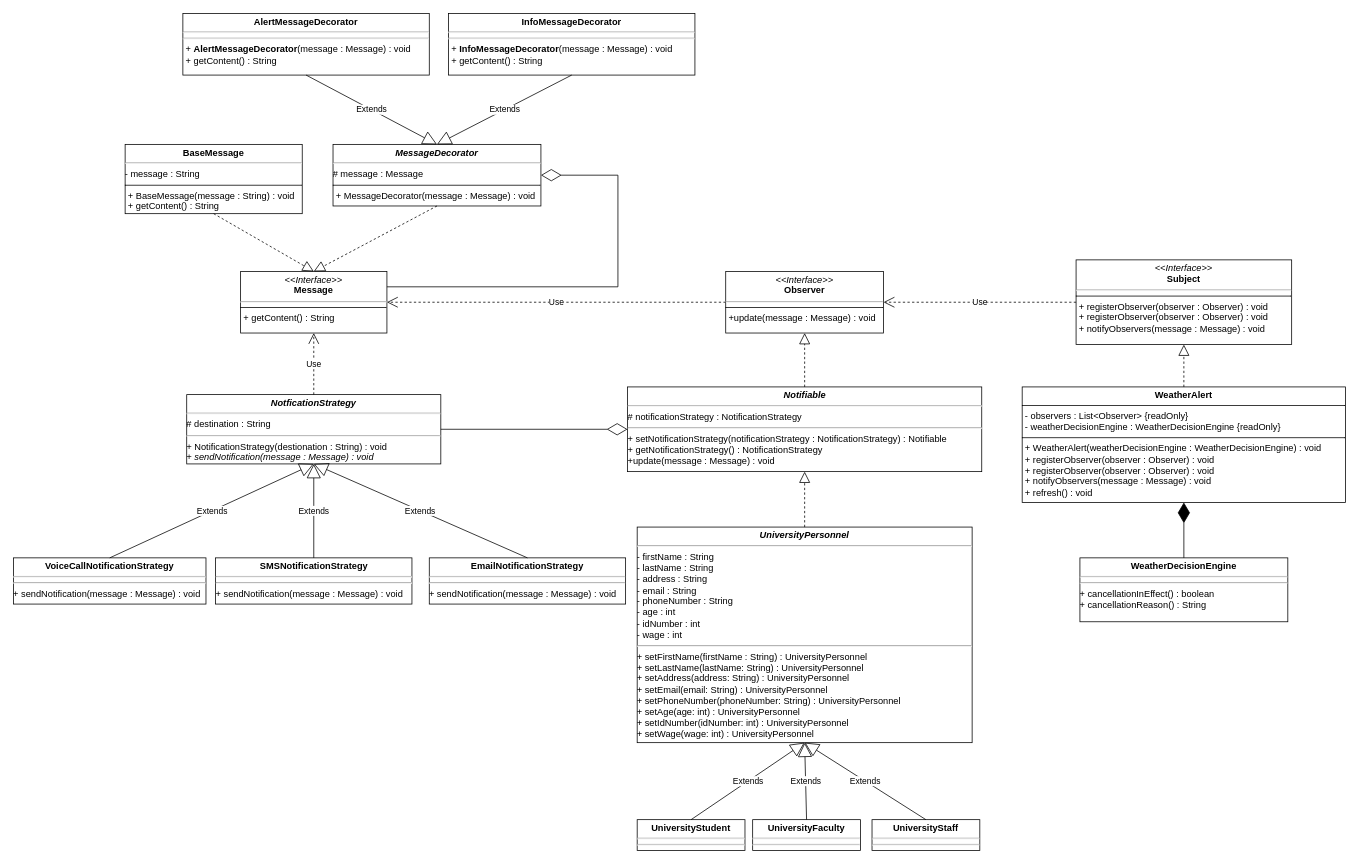
This is Assignment 3/WeatherAlertSystem-UML-Class-Diagram.drawio from dragon5201111/Drexel-University-SE-211-Introduction-to-Software-Design, a draw.io file, before an edit. Source tidied: cells renumbered, new cells numbered last; positions are measured from the earlier drawing's top-left corner, leaving out a move shared by most shapes. Both pictures are drawn from the tidied source at 77%, with x=0, y=0 at pixel (13, 13).
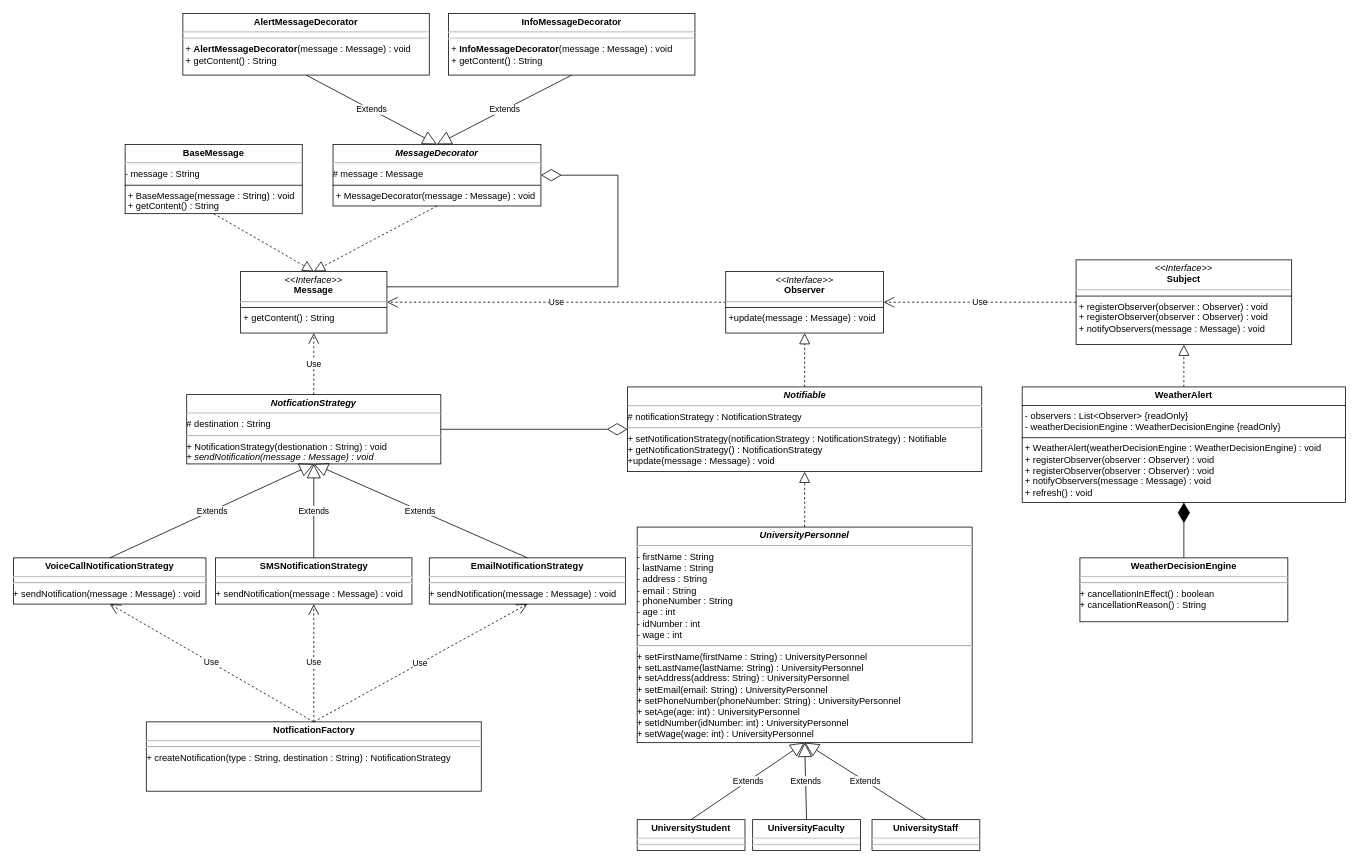
The same diagram, later.

Unchanged cells that the change refers to:
```xml
<mxCell id="18" value="&lt;p style=&quot;margin:0px;margin-top:4px;text-align:center;&quot;&gt;&lt;b&gt;VoiceCallNotificationStrategy&lt;/b&gt;&lt;/p&gt;&lt;hr&gt;&lt;hr&gt;&lt;div style=&quot;height:2px;&quot;&gt;+ sendNotification(message : Message) : void&lt;/div&gt;" style="verticalAlign=top;align=left;overflow=fill;html=1;whiteSpace=wrap;" parent="1" vertex="1">
  <mxGeometry y="707" width="250" height="60" as="geometry" />
</mxCell>
<mxCell id="19" value="&lt;p style=&quot;margin:0px;margin-top:4px;text-align:center;&quot;&gt;&lt;b&gt;SMSNotificationStrategy&lt;/b&gt;&lt;/p&gt;&lt;hr&gt;&lt;div style=&quot;height:2px;&quot;&gt;&lt;hr&gt;+ sendNotification(message : Message) : void&lt;/div&gt;" style="verticalAlign=top;align=left;overflow=fill;html=1;whiteSpace=wrap;" parent="1" vertex="1">
  <mxGeometry x="262.5" y="707" width="255" height="60" as="geometry" />
</mxCell>
<mxCell id="20" value="&lt;p style=&quot;margin:0px;margin-top:4px;text-align:center;&quot;&gt;&lt;b&gt;EmailNotificationStrategy&lt;/b&gt;&lt;/p&gt;&lt;hr&gt;&lt;hr&gt;&lt;div style=&quot;height:2px;&quot;&gt;+ sendNotification(message : Message) : void&lt;/div&gt;" style="verticalAlign=top;align=left;overflow=fill;html=1;whiteSpace=wrap;" parent="1" vertex="1">
  <mxGeometry x="540" y="707" width="255" height="60" as="geometry" />
</mxCell>
```

Diff of the diagram source:
```diff
@@
+    <mxCell id="39" value="&lt;p style=&quot;margin:0px;margin-top:4px;text-align:center;&quot;&gt;&lt;b&gt;NotficationFactory&lt;/b&gt;&lt;/p&gt;&lt;hr&gt;&lt;hr&gt;&lt;i&gt;+ &lt;/i&gt;createNotification(type : String, destination : String) : NotificationStrategy" style="verticalAlign=top;align=left;overflow=fill;html=1;whiteSpace=wrap;" parent="1" vertex="1">
+      <mxGeometry x="172.5" y="920" width="435" height="90" as="geometry" />
+    </mxCell>
+    <mxCell id="40" value="Use" style="endArrow=open;endSize=12;dashed=1;html=1;rounded=0;exitX=0.5;exitY=0;exitDx=0;exitDy=0;entryX=0.5;entryY=1;entryDx=0;entryDy=0;" parent="1" edge="1" source="39" target="19">
+      <mxGeometry relative="1" as="geometry" />
+    </mxCell>
+    <mxCell id="41" value="Use" style="endArrow=open;endSize=12;dashed=1;html=1;rounded=0;exitX=0.5;exitY=0;exitDx=0;exitDy=0;entryX=0.5;entryY=1;entryDx=0;entryDy=0;" parent="1" edge="1" source="39" target="20">
+      <mxGeometry relative="1" as="geometry" />
+    </mxCell>
+    <mxCell id="42" value="Use" style="endArrow=open;endSize=12;dashed=1;html=1;rounded=0;exitX=0.5;exitY=0;exitDx=0;exitDy=0;entryX=0.5;entryY=1;entryDx=0;entryDy=0;" parent="1" edge="1" source="39" target="18">
+      <mxGeometry relative="1" as="geometry" />
+    </mxCell>
```
